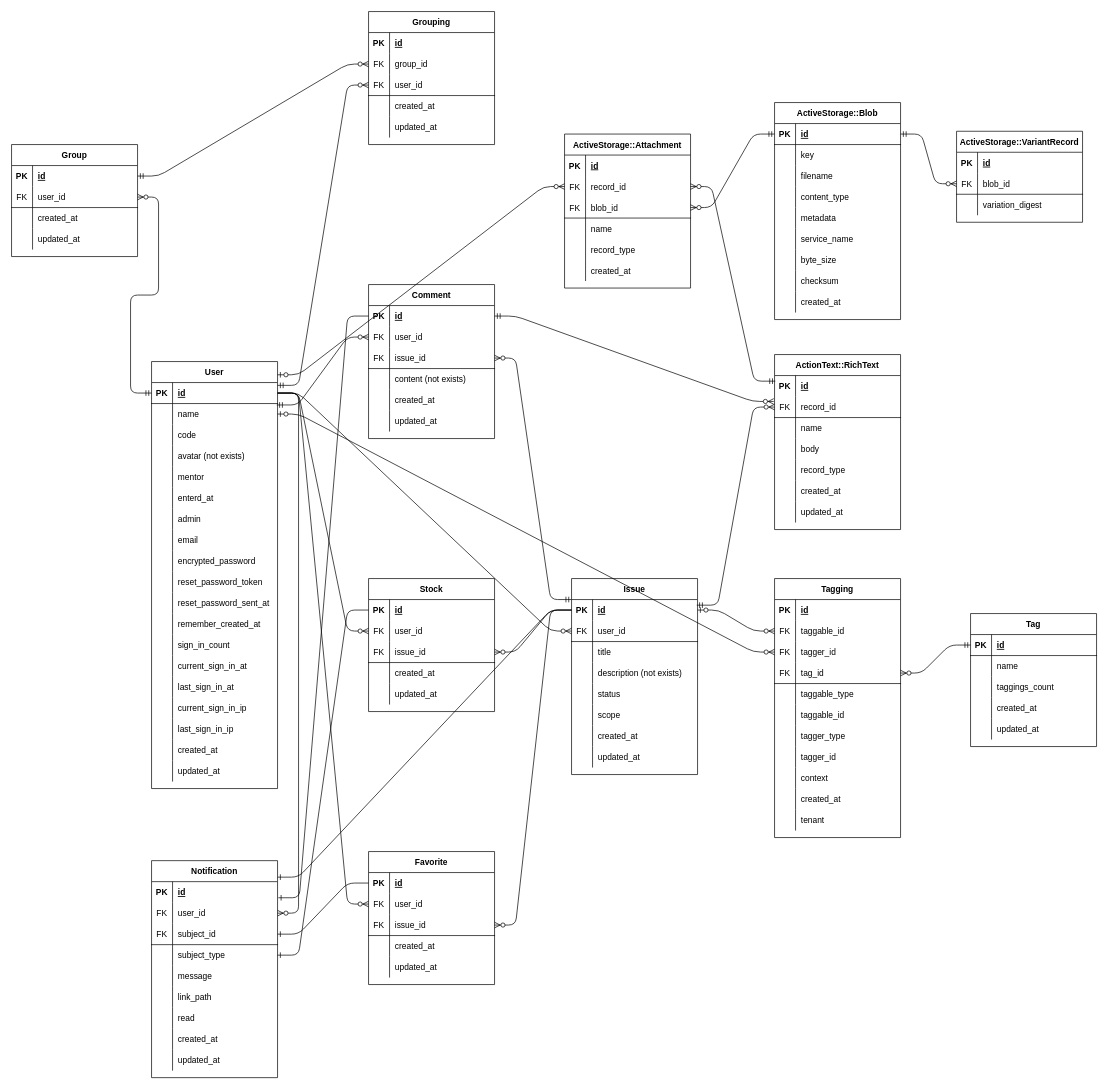
Earlier version of the draw.io diagram RDD/ER.drawio (fumtas1k/issues_app). Source tidied: cells renumbered, new cells numbered last; positions are measured from the earlier drawing's top-left corner, leaving out a move shared by most shapes. Both pictures are drawn from the tidied source at 70%, with x=0, y=0 at pixel (11, 11).
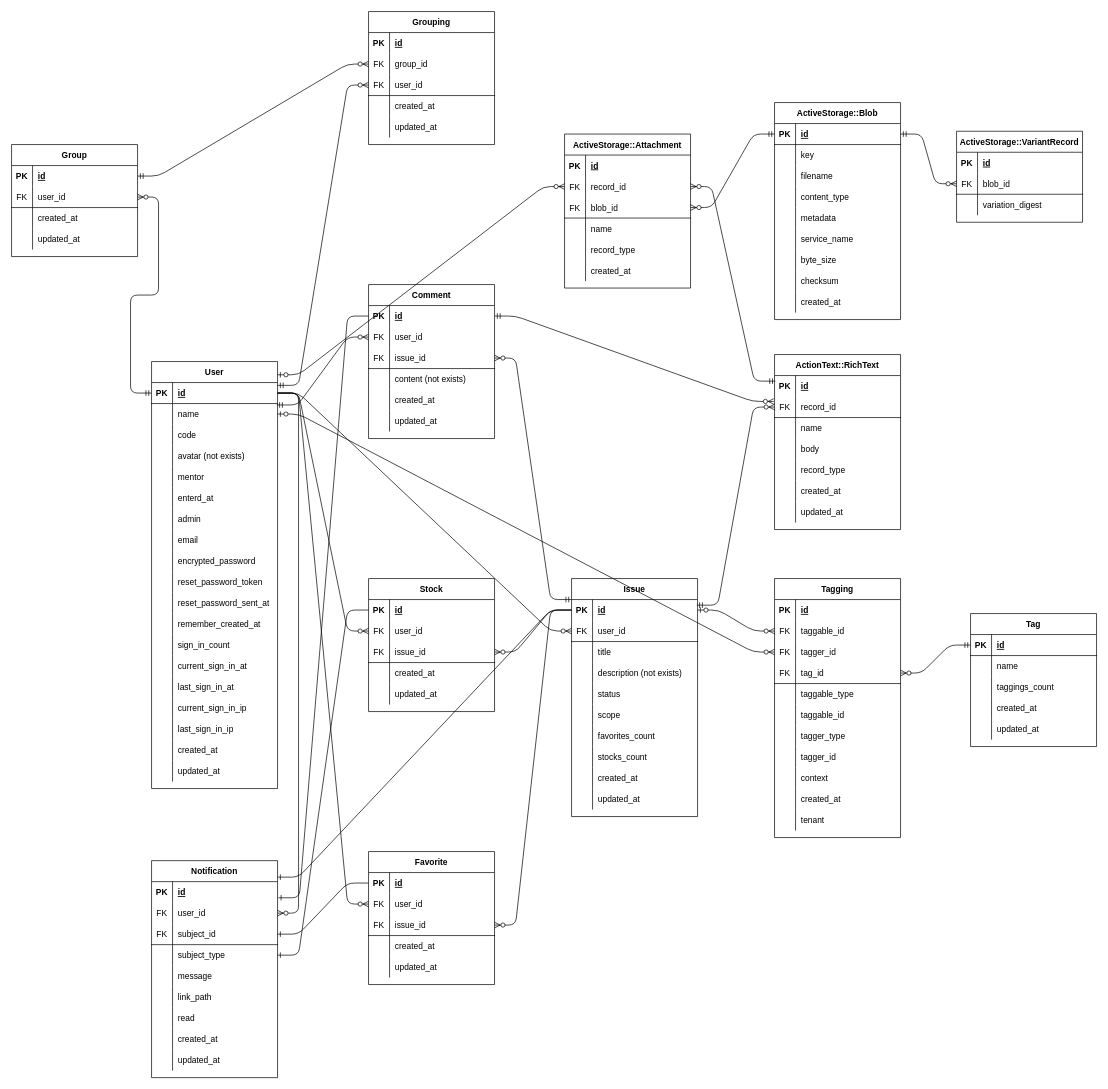
Above is the later version.

Commit message (it also covers changes not shown here):
add:er図のissueモデルにカラム追加

Diff of the diagram source:
```diff
@@
     <mxCell id="60" value="Issue" style="shape=table;startSize=30;childLayout=tableLayout;rowLines=0;fontStyle=1;align=center;" parent="1" vertex="1">
-      <mxGeometry x="800" y="810" width="180" height="280" as="geometry" />
+      <mxGeometry x="800" y="810" width="180" height="340" as="geometry" />
     </mxCell>
@@
+    <mxCell id="346" style="shape=partialRectangle;fillColor=none;top=0;left=0;bottom=0;right=0;" parent="60" vertex="1">
+      <mxGeometry y="210" width="180" height="30" as="geometry" />
+    </mxCell>
+    <mxCell id="347" style="shape=partialRectangle;fillColor=none;top=0;left=0;bottom=0;right=0;overflow=hidden;" parent="346" vertex="1">
+      <mxGeometry width="30" height="30" as="geometry" />
+    </mxCell>
+    <mxCell id="348" value="favorites_count" style="shape=partialRectangle;fillColor=none;top=0;left=0;bottom=0;right=0;align=left;spacingLeft=6;overflow=hidden;" parent="346" vertex="1">
+      <mxGeometry x="30" width="150" height="30" as="geometry" />
+    </mxCell>
+    <mxCell id="349" style="shape=partialRectangle;fillColor=none;top=0;left=0;bottom=0;right=0;" parent="60" vertex="1">
+      <mxGeometry y="240" width="180" height="30" as="geometry" />
+    </mxCell>
+    <mxCell id="350" style="shape=partialRectangle;fillColor=none;top=0;left=0;bottom=0;right=0;overflow=hidden;" parent="349" vertex="1">
+      <mxGeometry width="30" height="30" as="geometry" />
+    </mxCell>
+    <mxCell id="351" value="stocks_count" style="shape=partialRectangle;fillColor=none;top=0;left=0;bottom=0;right=0;align=left;spacingLeft=6;overflow=hidden;" parent="349" vertex="1">
+      <mxGeometry x="30" width="150" height="30" as="geometry" />
+    </mxCell>
     <mxCell id="79" style="shape=partialRectangle;fillColor=none;top=0;left=0;bottom=0;right=0;" parent="60" vertex="1">
-      <mxGeometry y="210" width="180" height="30" as="geometry" />
+      <mxGeometry y="270" width="180" height="30" as="geometry" />
     </mxCell>
@@
     <mxCell id="82" style="shape=partialRectangle;fillColor=none;top=0;left=0;bottom=0;right=0;" parent="60" vertex="1">
-      <mxGeometry y="240" width="180" height="30" as="geometry" />
+      <mxGeometry y="300" width="180" height="30" as="geometry" />
     </mxCell>
```
